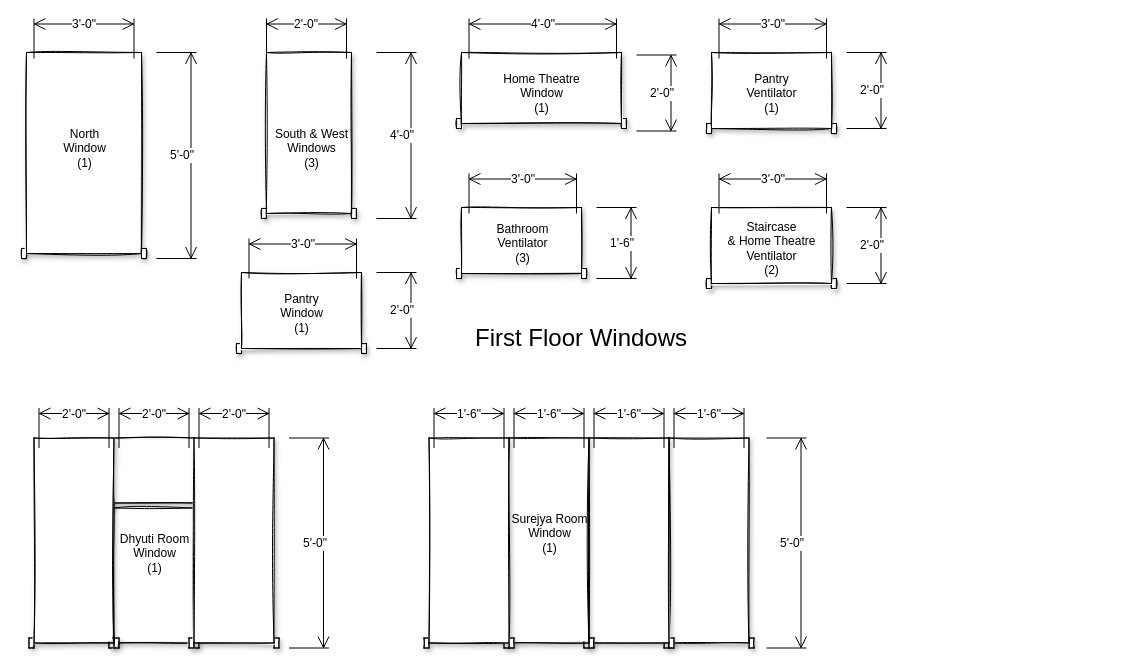
This is page "FF Windows" (4 of 4) of Doors_Windows.drawio from gudiseva/arvind, a draw.io file, before an edit. Source tidied: cells renumbered, new cells numbered last; positions are measured from the earlier drawing's top-left corner, leaving out a move shared by most shapes. Both pictures are drawn from the tidied source at 100%, with x=0, y=0 at pixel (21, 18).
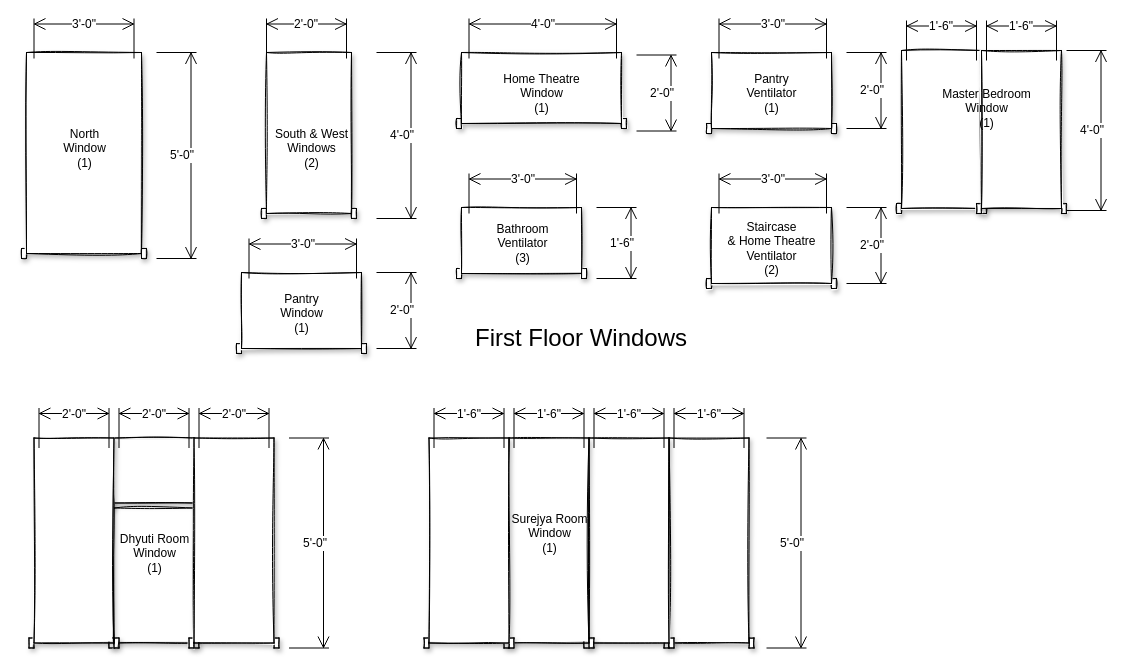
After the change.

Diff of the diagram source:
```diff
@@
-    <mxCell id="18" value="South &amp;amp; West&lt;br&gt;Windows&lt;br&gt;(3)" style="text;html=1;align=center;verticalAlign=middle;fillColor=none;strokeColor=none;rounded=0;shadow=0;sketch=0;" parent="1" vertex="1">
+    <mxCell id="18" value="South &amp;amp; West&lt;br&gt;Windows&lt;br&gt;(2)" style="text;html=1;align=center;verticalAlign=middle;fillColor=none;strokeColor=none;rounded=0;shadow=0;sketch=0;" parent="1" vertex="1">
       <mxGeometry x="245" y="105" width="90" height="50" as="geometry" />
     </mxCell>
@@
+    <mxCell id="50" style="verticalLabelPosition=bottom;html=1;verticalAlign=top;align=center;shape=mxgraph.floorplan.doorOverhead;shadow=1;sketch=1;gradientColor=none;" parent="1" vertex="1">
+      <mxGeometry x="875" y="32" width="90" height="163" as="geometry" />
+    </mxCell>
+    <mxCell id="51" style="verticalLabelPosition=bottom;html=1;verticalAlign=top;align=center;shape=mxgraph.floorplan.doorOverhead;shadow=1;sketch=1;gradientColor=none;" parent="1" vertex="1">
+      <mxGeometry x="955" y="32" width="90" height="163" as="geometry" />
+    </mxCell>
+    <mxCell id="52" value="Master Bedroom&lt;br&gt;Window&lt;br&gt;(1)" style="text;html=1;align=center;verticalAlign=middle;fillColor=none;strokeColor=none;rounded=0;shadow=0;sketch=0;" parent="1" vertex="1">
+      <mxGeometry x="915" y="65" width="100" height="50" as="geometry" />
+    </mxCell>
+    <mxCell id="53" value="4'-0&quot;" style="shape=dimension;direction=north;whiteSpace=wrap;html=1;align=right;verticalAlign=middle;labelBackgroundColor=#ffffff;shadow=0;sketch=0;gradientColor=none;" parent="1" vertex="1">
+      <mxGeometry x="1045" y="32" width="40" height="160" as="geometry" />
+    </mxCell>
+    <mxCell id="54" value="1'-6&quot;" style="shape=dimension;direction=west;whiteSpace=wrap;html=1;align=center;verticalAlign=top;spacingTop=-8;labelBackgroundColor=#ffffff;" parent="1" vertex="1">
+      <mxGeometry x="885" y="2" width="70" height="40" as="geometry" />
+    </mxCell>
+    <mxCell id="55" value="1'-6&quot;" style="shape=dimension;direction=west;whiteSpace=wrap;html=1;align=center;verticalAlign=top;spacingTop=-8;labelBackgroundColor=#ffffff;" parent="1" vertex="1">
+      <mxGeometry x="965" y="2" width="70" height="40" as="geometry" />
+    </mxCell>
```
